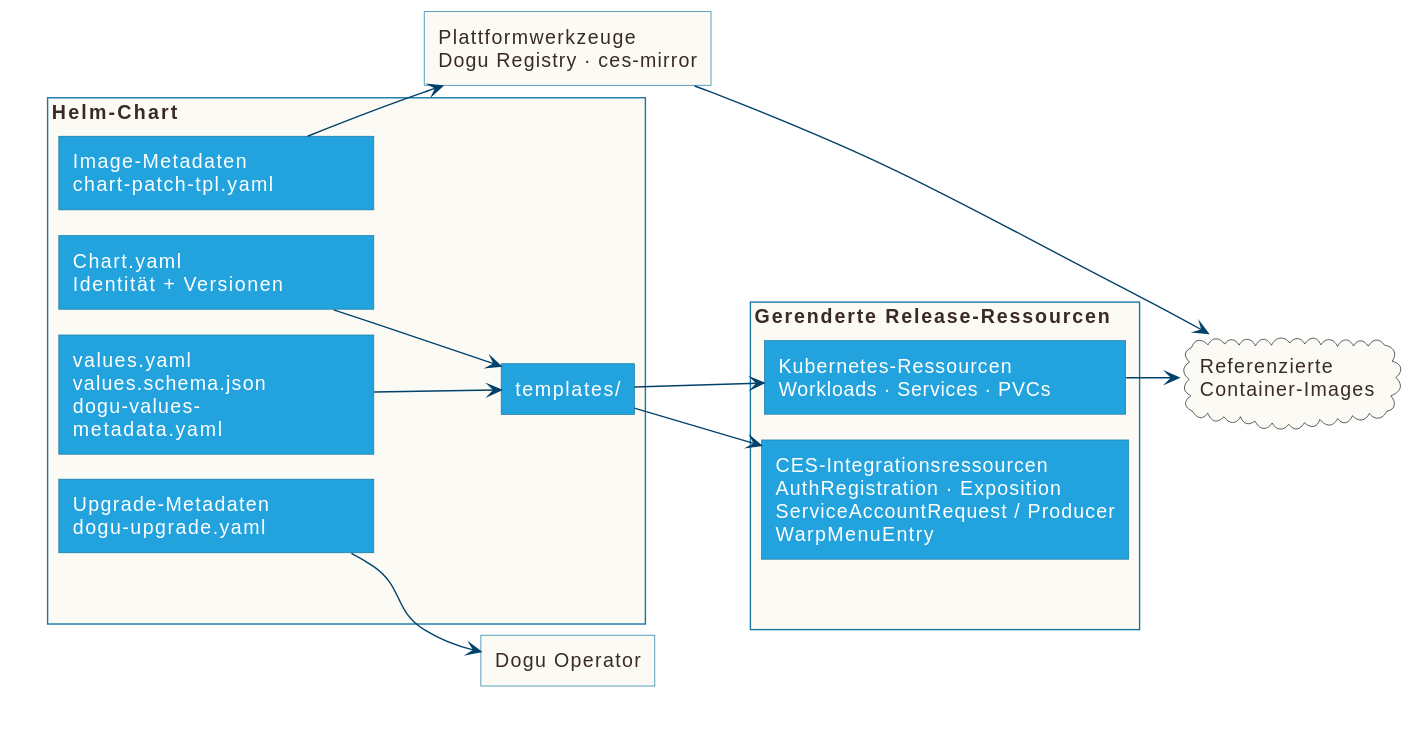
cloudogu/dogu-development-docs keeps this PlantUML diagram as docs/v3/images/artifacts_de.svg. Above is the earlier version. The source it was exported from:
```plantuml
@startuml
!pragma layout smetana
skinparam backgroundColor white
skinparam defaultFontColor #392A25
skinparam ArrowColor #00426B
skinparam rectangleBorderColor #1978A3
skinparam rectangleBackgroundColor #23A3DD
skinparam rectangleRoundCorner 0
skinparam shadowing false
hide stereotype
left to right direction

<style>
root {
  Margin 20
}
rectangle {
  FontColor white
  .group {
    BackgroundColor #FCFAF4
    FontColor #392A25
    LineColor #1978A3
    HorizontalAlignment left
  }
  .leftArtifact {
    MinimumWidth 205
    HorizontalAlignment left
  }
  .renderedArtifact {
    MinimumWidth 238
    HorizontalAlignment left
  }
}
</style>

rectangle "Helm-Chart" as chart <<group>> {
  together {
    rectangle "Chart.yaml\nIdentität + Versionen" as metadata <<leftArtifact>>
    rectangle "values.yaml\nvalues.schema.json\ndogu-values-\nmetadata.yaml" as config <<leftArtifact>>
    rectangle "Image-Metadaten\nchart-patch-tpl.yaml" as imageMetadata <<leftArtifact>>
    rectangle "Upgrade-Metadaten\ndogu-upgrade.yaml" as upgradeMetadata <<leftArtifact>>
  }
  rectangle "templates/" as templates
}

cloud "Referenzierte\nContainer-Images" as images #FCFAF4
rectangle "Plattformwerkzeuge\nDogu Registry · ces-mirror" as tooling <<group>>
rectangle "Dogu Operator" as operator <<group>>
rectangle "Gerenderte Release-Ressourcen" as rendered <<group>> {
  together {
    rectangle "Kubernetes-Ressourcen\nWorkloads · Services · PVCs" as k8s <<renderedArtifact>>
    rectangle "CES-Integrationsressourcen\nAuthRegistration · Exposition\nServiceAccountRequest / Producer\nWarpMenuEntry" as ces <<renderedArtifact>>
  }
}

chart -[hidden]right-> rendered
rendered -[hidden]right-> images
metadata --> templates
config --> templates
templates --> k8s
templates --> ces
imageMetadata --> tooling
tooling --> images
upgradeMetadata --> operator
k8s --> images
@enduml
```
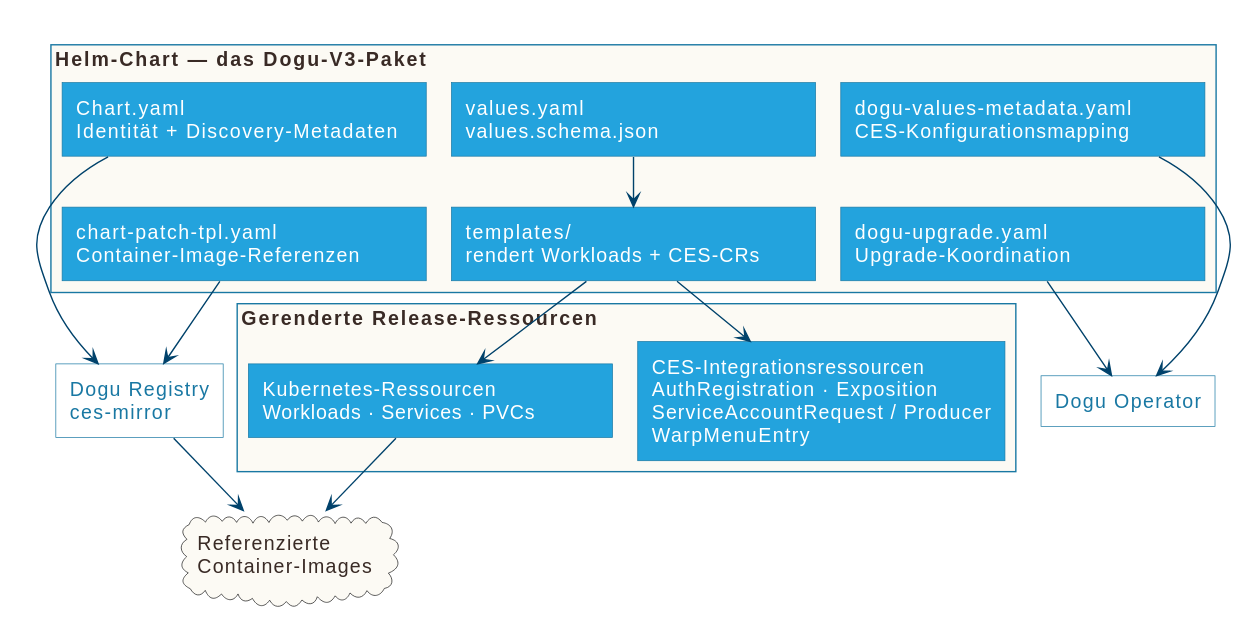
Above is the later version.

Commit message:
#90 Improve Dogu V3 artifacts diagram layout and mapping

What changed in the source:
```diff
@@ -8,7 +8,7 @@
 skinparam rectangleRoundCorner 0
 skinparam shadowing false
 hide stereotype
-left to right direction
+top to bottom direction
 
 <style>
 root {
@@ -22,45 +22,52 @@
     LineColor #1978A3
     HorizontalAlignment left
   }
-  .leftArtifact {
-    MinimumWidth 205
+  .artifact {
+    MinimumWidth 240
     HorizontalAlignment left
   }
-  .renderedArtifact {
-    MinimumWidth 238
+  .system {
+    BackgroundColor white
+    FontColor #1978A3
+    LineColor #1978A3
     HorizontalAlignment left
   }
 }
 </style>
 
-rectangle "Helm-Chart" as chart <<group>> {
-  together {
-    rectangle "Chart.yaml\nIdentität + Versionen" as metadata <<leftArtifact>>
-    rectangle "values.yaml\nvalues.schema.json\ndogu-values-\nmetadata.yaml" as config <<leftArtifact>>
-    rectangle "Image-Metadaten\nchart-patch-tpl.yaml" as imageMetadata <<leftArtifact>>
-    rectangle "Upgrade-Metadaten\ndogu-upgrade.yaml" as upgradeMetadata <<leftArtifact>>
-  }
-  rectangle "templates/" as templates
+rectangle "Helm-Chart — das Dogu-V3-Paket" as chart <<group>> {
+  rectangle "Chart.yaml\nIdentität + Discovery-Metadaten" as metadata <<artifact>>
+  rectangle "values.yaml\nvalues.schema.json" as config <<artifact>>
+  rectangle "dogu-values-metadata.yaml\nCES-Konfigurationsmapping" as valuesMeta <<artifact>>
+  rectangle "chart-patch-tpl.yaml\nContainer-Image-Referenzen" as imageMeta <<artifact>>
+  rectangle "dogu-upgrade.yaml\nUpgrade-Koordination" as upgradeMeta <<artifact>>
+  rectangle "templates/\nrendert Workloads + CES-CRs" as templates <<artifact>>
+
+  metadata -[hidden]right-> config
+  config -[hidden]right-> valuesMeta
+  imageMeta -[hidden]right-> upgradeMeta
+  upgradeMeta -[hidden]right-> templates
 }
 
-cloud "Referenzierte\nContainer-Images" as images #FCFAF4
-rectangle "Plattformwerkzeuge\nDogu Registry · ces-mirror" as tooling <<group>>
-rectangle "Dogu Operator" as operator <<group>>
 rectangle "Gerenderte Release-Ressourcen" as rendered <<group>> {
-  together {
-    rectangle "Kubernetes-Ressourcen\nWorkloads · Services · PVCs" as k8s <<renderedArtifact>>
-    rectangle "CES-Integrationsressourcen\nAuthRegistration · Exposition\nServiceAccountRequest / Producer\nWarpMenuEntry" as ces <<renderedArtifact>>
-  }
+  rectangle "Kubernetes-Ressourcen\nWorkloads · Services · PVCs" as k8s <<artifact>>
+  rectangle "CES-Integrationsressourcen\nAuthRegistration · Exposition\nServiceAccountRequest / Producer\nWarpMenuEntry" as ces <<artifact>>
+  k8s -[hidden]right-> ces
 }
 
-chart -[hidden]right-> rendered
-rendered -[hidden]right-> images
-metadata --> templates
+rectangle "Dogu Registry\nces-mirror" as registry <<system>>
+rectangle "Dogu Operator" as operator <<system>>
+cloud "Referenzierte\nContainer-Images" as images #FCFAF4
+
 config --> templates
 templates --> k8s
 templates --> ces
-imageMetadata --> tooling
-tooling --> images
-upgradeMetadata --> operator
 k8s --> images
+
+metadata --> registry
+imageMeta --> registry
+registry --> images
+
+valuesMeta --> operator
+upgradeMeta --> operator
 @enduml
```
